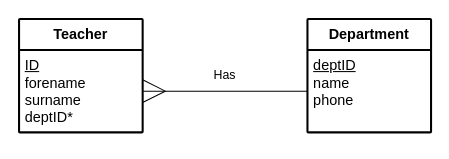
Earlier version of the draw.io diagram page "M:1" (3 of 3) of n5/ddd/assets/Diagrams/N5-CS-DDD.drawio (MrFriendCS/MrFriendCS.github.io). Source tidied: cells renumbered, new cells numbered last; positions are measured from the earlier drawing's top-left corner, leaving out a move shared by most shapes. Both pictures are drawn from the tidied source at 103%, with x=0, y=0 at pixel (19, 19).
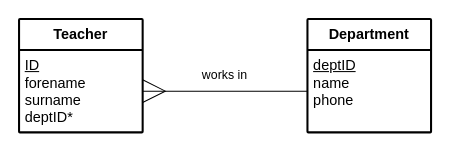
Above is the later version.

What changed in the source:
```diff
@@
 <mxGraphModel>
   <root>
     <mxCell id="0" />
     <mxCell id="1" parent="0" />
     <mxCell id="2" value="&lt;b&gt;Teacher&lt;/b&gt;" style="swimlane;horizontal=1;startSize=30;rounded=1;fontSize=14;fontStyle=0;strokeWidth=2;shadow=0;dashed=0;align=center;arcSize=1;whiteSpace=wrap;html=1;fillColor=none;" parent="1" vertex="1">
       <mxGeometry width="120" height="110" as="geometry" />
     </mxCell>
     <mxCell id="3" value="&lt;span style=&quot;font-size: 14px;&quot;&gt;&lt;u&gt;ID&lt;/u&gt;&lt;/span&gt;&lt;div&gt;&lt;span style=&quot;font-size: 14px;&quot;&gt;forename&lt;/span&gt;&lt;/div&gt;&lt;div&gt;&lt;span style=&quot;font-size: 14px;&quot;&gt;surname&lt;/span&gt;&lt;/div&gt;&lt;div&gt;&lt;span style=&quot;font-size: 14px;&quot;&gt;deptID*&lt;/span&gt;&lt;/div&gt;" style="align=left;strokeColor=none;fillColor=none;spacingLeft=4;fontSize=12;verticalAlign=top;html=1;" parent="2" vertex="1">
       <mxGeometry y="30" width="120" height="80" as="geometry" />
     </mxCell>
     <mxCell id="4" style="edgeStyle=orthogonalEdgeStyle;rounded=0;orthogonalLoop=1;jettySize=auto;html=1;exitX=0.5;exitY=1;exitDx=0;exitDy=0;" parent="2" edge="1" source="3" target="3">
       <mxGeometry relative="1" as="geometry" />
     </mxCell>
     <mxCell id="5" value="&lt;b&gt;Department&lt;/b&gt;" style="swimlane;horizontal=1;startSize=30;rounded=1;fontSize=14;fontStyle=0;strokeWidth=2;shadow=0;dashed=0;align=center;arcSize=1;whiteSpace=wrap;html=1;fillColor=none;" parent="1" vertex="1">
       <mxGeometry x="280" width="120" height="110" as="geometry" />
     </mxCell>
     <mxCell id="6" value="&lt;span style=&quot;font-size: 14px;&quot;&gt;&lt;u&gt;deptID&lt;/u&gt;&lt;/span&gt;&lt;div&gt;&lt;span style=&quot;font-size: 14px;&quot;&gt;name&lt;/span&gt;&lt;/div&gt;&lt;div&gt;&lt;span style=&quot;font-size: 14px;&quot;&gt;phone&lt;/span&gt;&lt;/div&gt;" style="align=left;strokeColor=none;fillColor=none;spacingLeft=4;fontSize=12;verticalAlign=top;html=1;" parent="5" vertex="1">
       <mxGeometry y="30" width="120" height="80" as="geometry" />
     </mxCell>
     <mxCell id="7" style="rounded=0;jettySize=auto;html=1;exitX=1;exitY=0.5;exitDx=0;exitDy=0;entryX=0;entryY=0.5;entryDx=0;entryDy=0;endArrow=none;endFill=0;startArrow=ERmany;startFill=0;startSize=20;" parent="1" edge="1" source="3" target="6">
       <mxGeometry relative="1" as="geometry" />
     </mxCell>
-    <mxCell id="8" value="Has" style="text;html=1;align=center;verticalAlign=middle;whiteSpace=wrap;rounded=0;" parent="1" vertex="1">
+    <mxCell id="8" value="works in" style="text;html=1;align=center;verticalAlign=middle;whiteSpace=wrap;rounded=0;" parent="1" vertex="1">
       <mxGeometry x="170" y="40" width="60" height="30" as="geometry" />
     </mxCell>
   </root>
 </mxGraphModel>
```
